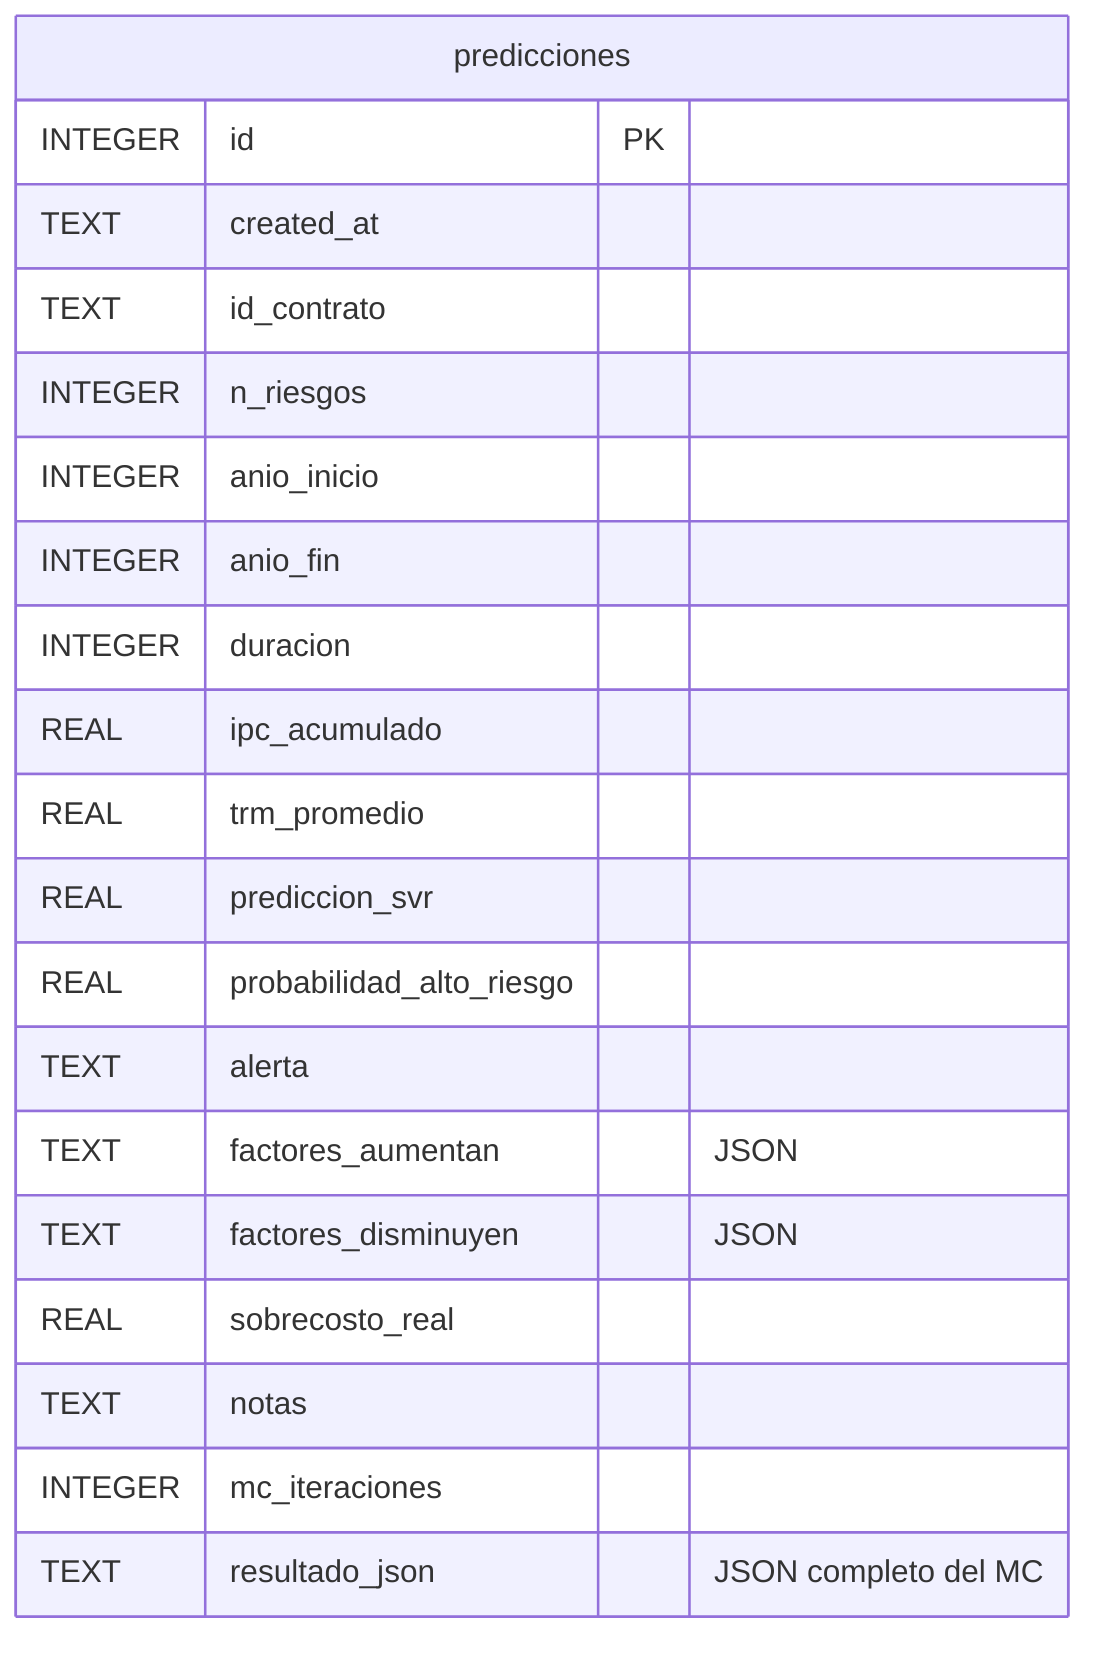
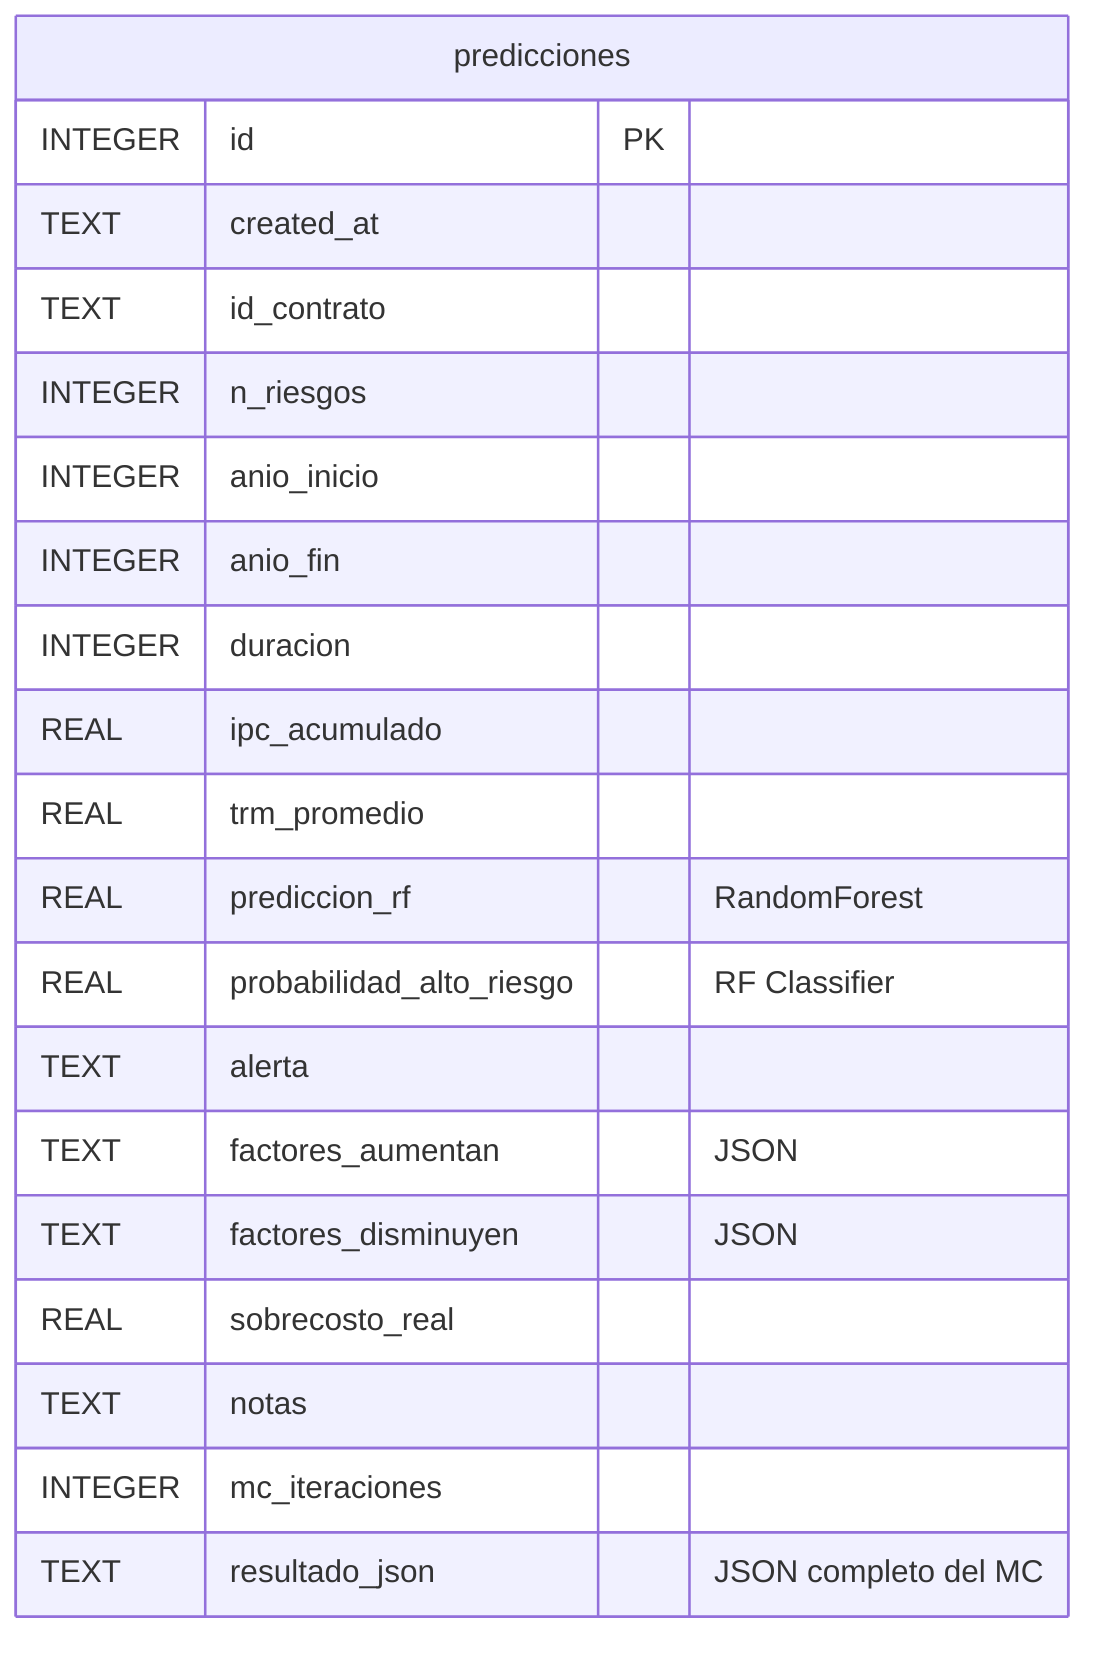
erDiagram
    predicciones {
        INTEGER id PK
        TEXT created_at
        TEXT id_contrato
        INTEGER n_riesgos
        INTEGER anio_inicio
        INTEGER anio_fin
        INTEGER duracion
        REAL ipc_acumulado
        REAL trm_promedio
-         REAL prediccion_svr
-         REAL probabilidad_alto_riesgo
+         REAL prediccion_rf "RandomForest"
+         REAL probabilidad_alto_riesgo "RF Classifier"
        TEXT alerta
        TEXT factores_aumentan "JSON"
        TEXT factores_disminuyen "JSON"
        REAL sobrecosto_real
        TEXT notas
        INTEGER mc_iteraciones
        TEXT resultado_json "JSON completo del MC"
-     }+     }
